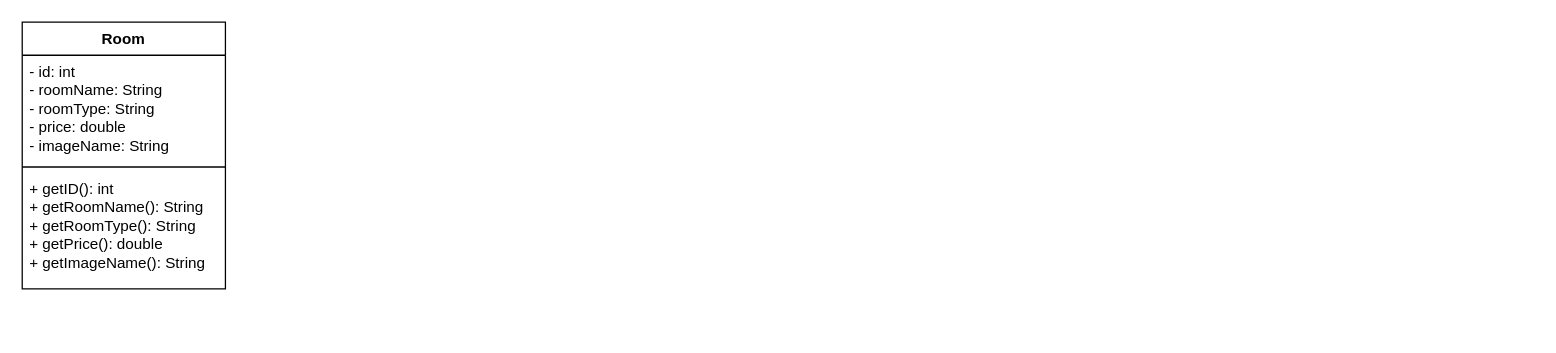
The draw.io diagram MAD Class Diagram V1.drawio in redhooddev/diagrams, before the edit. Source tidied: cells renumbered, new cells numbered last; positions are measured from the earlier drawing's top-left corner, leaving out a move shared by most shapes. Both pictures are drawn from the tidied source at 127%, with x=0, y=0 at pixel (22, 22).
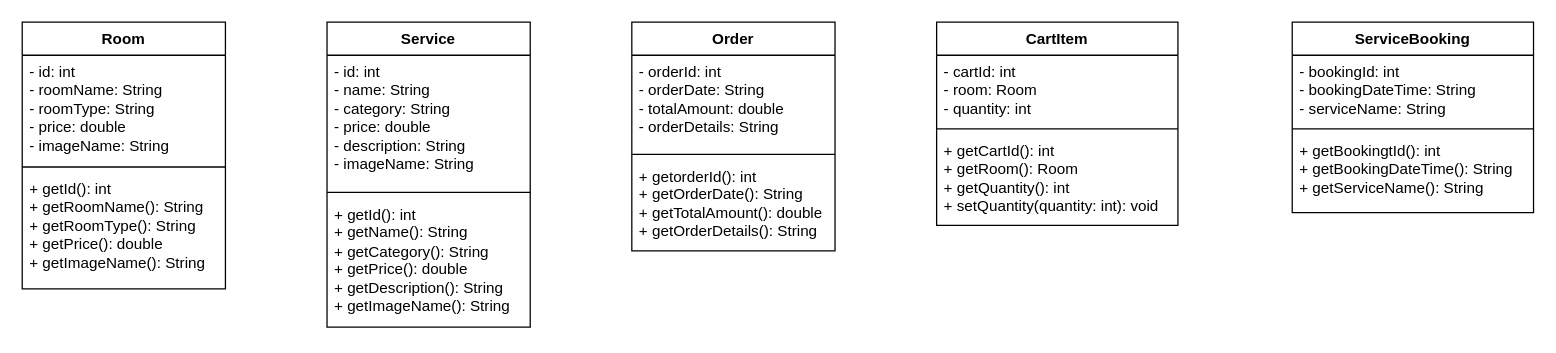
After the change.

Unchanged cells that the change refers to:
```xml
<mxCell id="2" value="Room" style="swimlane;fontStyle=1;align=center;verticalAlign=top;horizontal=1;startSize=26;whiteSpace=wrap;html=1;" parent="1" vertex="1">
  <mxGeometry width="160" height="210" as="geometry" />
</mxCell>
```

Diff of the diagram source:
```diff
@@
-    <mxCell id="5" value="+ getID(): int&lt;div&gt;+ getRoomName(): String&lt;/div&gt;&lt;div&gt;+ getRoomType(): String&lt;/div&gt;&lt;div&gt;+ getPrice(): double&lt;/div&gt;&lt;div&gt;+ getImageName(): String&lt;/div&gt;" style="text;strokeColor=none;fillColor=none;align=left;verticalAlign=top;spacingLeft=4;spacingRight=4;overflow=hidden;whiteSpace=wrap;html=1;" parent="2" vertex="1">
+    <mxCell id="5" value="+ getId(): int&lt;div&gt;+ getRoomName(): String&lt;/div&gt;&lt;div&gt;+ getRoomType(): String&lt;/div&gt;&lt;div&gt;+ getPrice(): double&lt;/div&gt;&lt;div&gt;+ getImageName(): String&lt;/div&gt;" style="text;strokeColor=none;fillColor=none;align=left;verticalAlign=top;spacingLeft=4;spacingRight=4;overflow=hidden;whiteSpace=wrap;html=1;" parent="2" vertex="1">
       <mxGeometry y="118" width="160" height="92" as="geometry" />
     </mxCell>
+    <mxCell id="6" value="Service" style="swimlane;fontStyle=1;align=center;verticalAlign=top;horizontal=1;startSize=26;whiteSpace=wrap;html=1;" parent="1" vertex="1">
+      <mxGeometry x="240" width="160" height="240" as="geometry" />
+    </mxCell>
+    <mxCell id="7" value="- id: int&lt;div&gt;- name: String&lt;/div&gt;&lt;div&gt;- category: String&lt;/div&gt;&lt;div&gt;- price: double&lt;/div&gt;&lt;div&gt;- description: String&lt;/div&gt;&lt;div&gt;- imageName: String&lt;/div&gt;" style="text;strokeColor=none;fillColor=none;align=left;verticalAlign=top;spacingLeft=4;spacingRight=4;overflow=hidden;whiteSpace=wrap;html=1;" parent="6" vertex="1">
+      <mxGeometry y="26" width="160" height="104" as="geometry" />
+    </mxCell>
+    <mxCell id="8" style="line;strokeWidth=1;fillColor=none;align=left;verticalAlign=middle;spacingTop=-1;spacingLeft=3;spacingRight=3;labelPosition=right;strokeColor=inherit;" parent="6" vertex="1">
+      <mxGeometry y="130" width="160" height="8" as="geometry" />
+    </mxCell>
+    <mxCell id="9" value="+ getId(): int&lt;div&gt;+ getName(): String&lt;/div&gt;&lt;div&gt;+ getCategory(): String&lt;/div&gt;&lt;div&gt;+ getPrice(): double&lt;/div&gt;&lt;div&gt;+ getDescription(): String&lt;/div&gt;&lt;div&gt;+ getImageName(): String&lt;/div&gt;" style="text;strokeColor=none;fillColor=none;align=left;verticalAlign=top;spacingLeft=4;spacingRight=4;overflow=hidden;whiteSpace=wrap;html=1;" parent="6" vertex="1">
+      <mxGeometry y="138" width="160" height="102" as="geometry" />
+    </mxCell>
+    <mxCell id="10" value="Order" style="swimlane;fontStyle=1;align=center;verticalAlign=top;horizontal=1;startSize=26;whiteSpace=wrap;html=1;" parent="1" vertex="1">
+      <mxGeometry x="480" width="160" height="180" as="geometry" />
+    </mxCell>
+    <mxCell id="11" value="- orderId: int&lt;div&gt;- orderDate: String&lt;/div&gt;&lt;div&gt;- totalAmount: double&lt;/div&gt;&lt;div&gt;- orderDetails: String&lt;/div&gt;" style="text;strokeColor=none;fillColor=none;align=left;verticalAlign=top;spacingLeft=4;spacingRight=4;overflow=hidden;whiteSpace=wrap;html=1;" parent="10" vertex="1">
+      <mxGeometry y="26" width="160" height="74" as="geometry" />
+    </mxCell>
+    <mxCell id="12" style="line;strokeWidth=1;fillColor=none;align=left;verticalAlign=middle;spacingTop=-1;spacingLeft=3;spacingRight=3;labelPosition=right;strokeColor=inherit;" parent="10" vertex="1">
+      <mxGeometry y="100" width="160" height="8" as="geometry" />
+    </mxCell>
+    <mxCell id="13" value="+ getorderId(): int&lt;div&gt;+ getOrderDate(): String&lt;/div&gt;&lt;div&gt;+ getTotalAmount(): double&lt;/div&gt;&lt;div&gt;+ getOrderDetails(): String&lt;/div&gt;" style="text;strokeColor=none;fillColor=none;align=left;verticalAlign=top;spacingLeft=4;spacingRight=4;overflow=hidden;whiteSpace=wrap;html=1;" parent="10" vertex="1">
+      <mxGeometry y="108" width="160" height="72" as="geometry" />
+    </mxCell>
+    <mxCell id="14" value="CartItem" style="swimlane;fontStyle=1;align=center;verticalAlign=top;horizontal=1;startSize=26;whiteSpace=wrap;html=1;" parent="1" vertex="1">
+      <mxGeometry x="720" width="190" height="160" as="geometry" />
+    </mxCell>
+    <mxCell id="15" value="- cartId: int&lt;div&gt;- room: Room&lt;/div&gt;&lt;div&gt;- quantity: int&lt;/div&gt;" style="text;strokeColor=none;fillColor=none;align=left;verticalAlign=top;spacingLeft=4;spacingRight=4;overflow=hidden;whiteSpace=wrap;html=1;" parent="14" vertex="1">
+      <mxGeometry y="26" width="190" height="54" as="geometry" />
+    </mxCell>
+    <mxCell id="16" style="line;strokeWidth=1;fillColor=none;align=left;verticalAlign=middle;spacingTop=-1;spacingLeft=3;spacingRight=3;labelPosition=right;strokeColor=inherit;" parent="14" vertex="1">
+      <mxGeometry y="80" width="190" height="8" as="geometry" />
+    </mxCell>
+    <mxCell id="17" value="+ getCartId(): int&lt;div&gt;+ getRoom(): Room&lt;/div&gt;&lt;div&gt;+ getQuantity(): int&lt;/div&gt;&lt;div&gt;+ setQuantity(quantity: int): void&lt;/div&gt;" style="text;strokeColor=none;fillColor=none;align=left;verticalAlign=top;spacingLeft=4;spacingRight=4;overflow=hidden;whiteSpace=wrap;html=1;" parent="14" vertex="1">
+      <mxGeometry y="88" width="190" height="72" as="geometry" />
+    </mxCell>
+    <mxCell id="18" value="ServiceBooking" style="swimlane;fontStyle=1;align=center;verticalAlign=top;horizontal=1;startSize=26;whiteSpace=wrap;html=1;" parent="1" vertex="1">
+      <mxGeometry x="1000" width="190" height="150" as="geometry" />
+    </mxCell>
+    <mxCell id="19" value="- bookingId: int&lt;div&gt;- bookingDateTime: String&lt;/div&gt;&lt;div&gt;- serviceName: String&lt;/div&gt;" style="text;strokeColor=none;fillColor=none;align=left;verticalAlign=top;spacingLeft=4;spacingRight=4;overflow=hidden;whiteSpace=wrap;html=1;" parent="18" vertex="1">
+      <mxGeometry y="26" width="190" height="54" as="geometry" />
+    </mxCell>
+    <mxCell id="20" style="line;strokeWidth=1;fillColor=none;align=left;verticalAlign=middle;spacingTop=-1;spacingLeft=3;spacingRight=3;labelPosition=right;strokeColor=inherit;" parent="18" vertex="1">
+      <mxGeometry y="80" width="190" height="8" as="geometry" />
+    </mxCell>
+    <mxCell id="21" value="+ getBookingtId(): int&lt;div&gt;+ getBookingDateTime(): String&lt;/div&gt;&lt;div&gt;+ getServiceName(): String&lt;/div&gt;" style="text;strokeColor=none;fillColor=none;align=left;verticalAlign=top;spacingLeft=4;spacingRight=4;overflow=hidden;whiteSpace=wrap;html=1;" parent="18" vertex="1">
+      <mxGeometry y="88" width="190" height="62" as="geometry" />
+    </mxCell>
```
